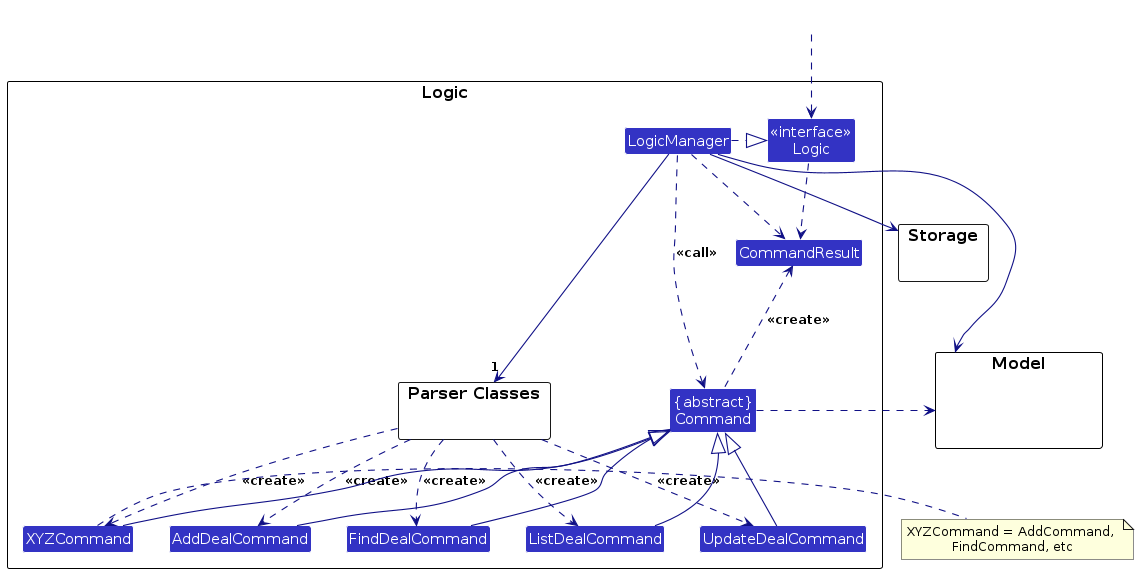
This is diagrams/LogicClassDiagram.png from githubcsuser/tp, a PlantUML export, as it was before one commit. Its source is kept beside it as diagrams/LogicClassDiagram.puml.
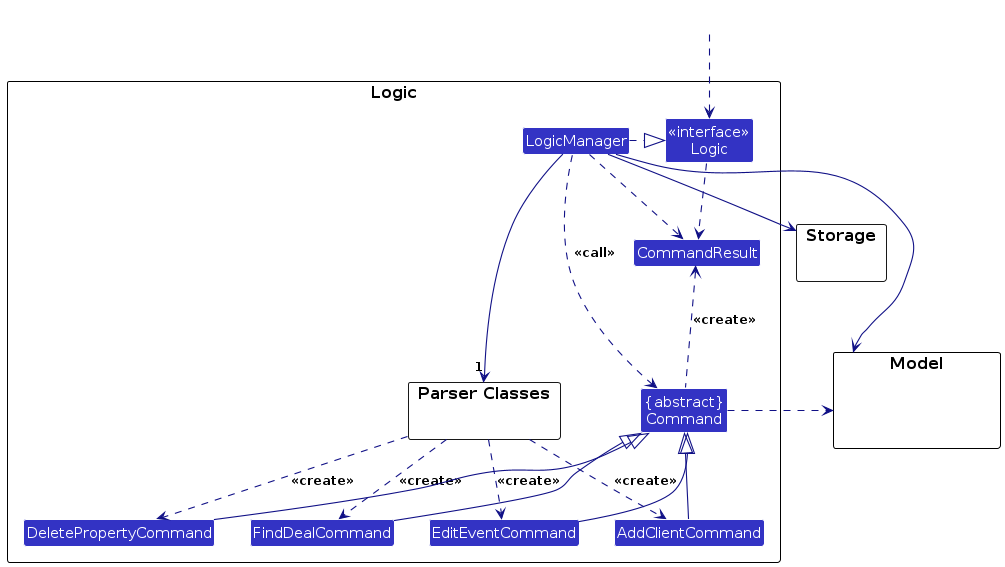
The same file after the commit.

What changed in the source:
```diff
@@ -8,11 +8,10 @@
 
 package "Parser Classes" as ParserClasses{
 }
-Class XYZCommand
 Class FindDealCommand
-Class ListDealCommand
-Class AddDealCommand
-Class UpdateDealCommand
+Class DeletePropertyCommand
+Class AddClientCommand
+Class EditEventCommand
 Class CommandResult
 Class "{abstract}\nCommand" as Command
 
@@ -33,17 +32,15 @@
 
 LogicManager .right.|> Logic
 LogicManager -right->"1" ParserClasses
-ParserClasses ..> XYZCommand : <<create>>
 ParserClasses ..> FindDealCommand : <<create>>
-ParserClasses ..> ListDealCommand : <<create>>
-ParserClasses ..> AddDealCommand : <<create>>
-ParserClasses ..> UpdateDealCommand : <<create>>
+ParserClasses ..> DeletePropertyCommand : <<create>>
+ParserClasses ..> AddClientCommand : <<create>>
+ParserClasses ..> EditEventCommand : <<create>>
 
-XYZCommand -up-|> Command
 FindDealCommand -up-|> Command
-ListDealCommand -up-|> Command
-AddDealCommand -up-|> Command
-UpdateDealCommand -up-|> Command
+DeletePropertyCommand -up-|> Command
+AddClientCommand -up-|> Command
+EditEventCommand -up-|> Command
 LogicManager .left.> Command : <<call>>
 
 LogicManager --> Model
@@ -51,7 +48,6 @@
 Storage --[hidden] Model
 Command .[hidden]up.> Storage
 Command .right.> Model
-note right of XYZCommand: XYZCommand = AddCommand, \nFindCommand, etc
 
 Logic ..> CommandResult
 LogicManager .down.> CommandResult
```
